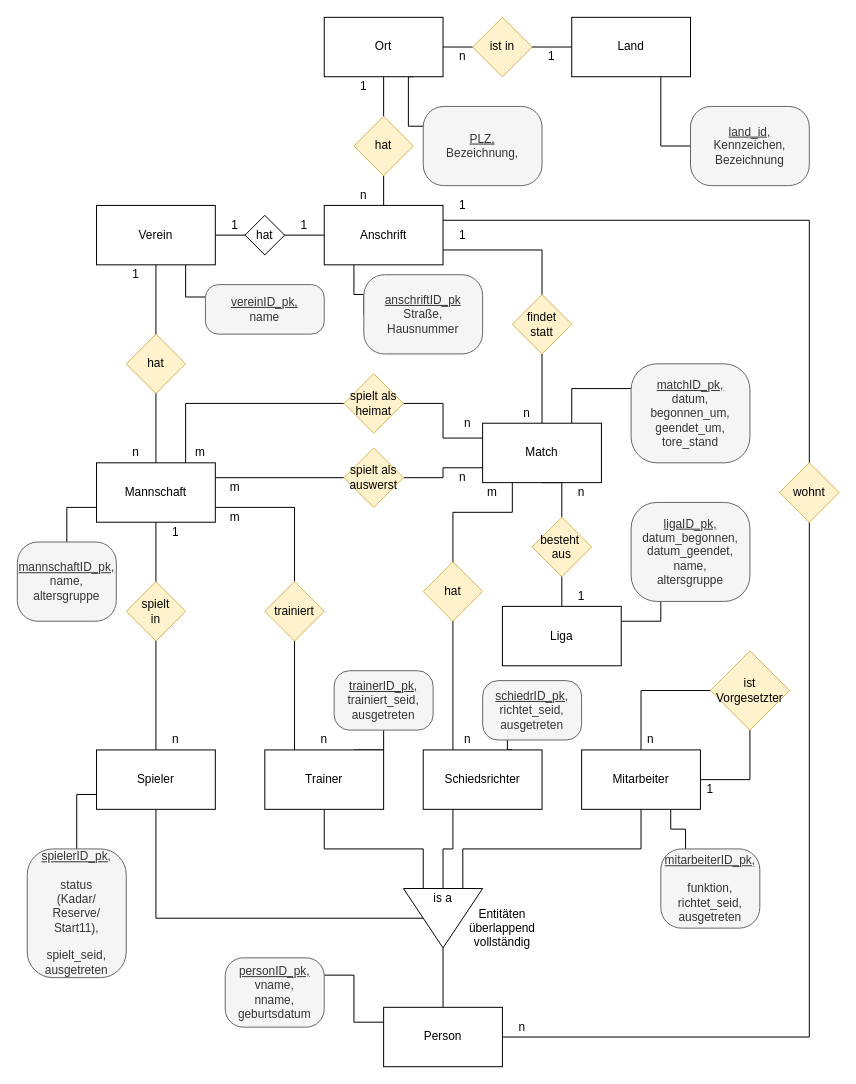
This is ER-Modell/Verein_db.drawio from HansSeidel/dbs, a draw.io file, before an edit. Source tidied: cells renumbered, new cells numbered last; positions are measured from the earlier drawing's top-left corner, leaving out a move shared by most shapes. Both pictures are drawn from the tidied source at 99%, with x=0, y=0 at pixel (17, 17).
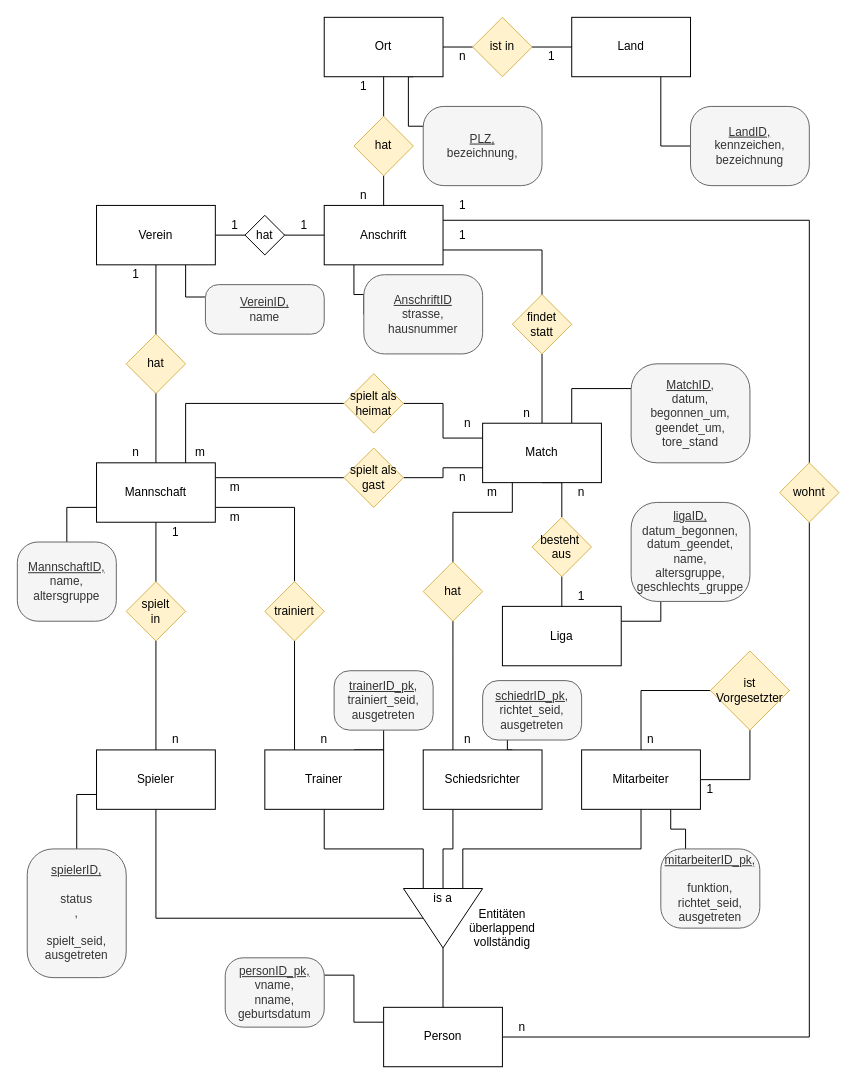
Above is the later version.

Commit message (it also covers changes not shown here):
BUG FIX. Added birthdate to Person Table. Updated ER-Modell

Change to the diagram source:
```diff
@@
-    <mxCell id="48" value="&lt;u&gt;vereinID_pk,&lt;/u&gt;&lt;br&gt;name" style="rounded=1;whiteSpace=wrap;html=1;arcSize=26;fillColor=#f5f5f5;strokeColor=#666666;fontColor=#333333;" parent="1" vertex="1">
+    <mxCell id="48" value="&lt;u&gt;VereinID,&lt;/u&gt;&lt;br&gt;name" style="rounded=1;whiteSpace=wrap;html=1;arcSize=26;fillColor=#f5f5f5;strokeColor=#666666;fontColor=#333333;" parent="1" vertex="1">
       <mxGeometry x="190" y="270" width="120" height="50" as="geometry" />
     </mxCell>
@@
-    <mxCell id="65" value="&lt;u&gt;anschriftID_pk&lt;/u&gt;&lt;br&gt;Straße,&lt;br&gt;Hausnummer" style="rounded=1;whiteSpace=wrap;html=1;arcSize=26;fillColor=#f5f5f5;strokeColor=#666666;fontColor=#333333;" parent="1" vertex="1">
+    <mxCell id="65" value="&lt;u&gt;AnschriftID&lt;/u&gt;&lt;br&gt;strasse,&lt;br&gt;hausnummer" style="rounded=1;whiteSpace=wrap;html=1;arcSize=26;fillColor=#f5f5f5;strokeColor=#666666;fontColor=#333333;" parent="1" vertex="1">
       <mxGeometry x="350" y="260" width="120" height="80" as="geometry" />
     </mxCell>
@@
-    <mxCell id="72" value="&lt;u&gt;PLZ,&lt;/u&gt;&lt;br&gt;Bezeichnung," style="rounded=1;whiteSpace=wrap;html=1;arcSize=26;fillColor=#f5f5f5;strokeColor=#666666;fontColor=#333333;" parent="1" vertex="1">
+    <mxCell id="72" value="&lt;u&gt;PLZ,&lt;/u&gt;&lt;br&gt;bezeichnung," style="rounded=1;whiteSpace=wrap;html=1;arcSize=26;fillColor=#f5f5f5;strokeColor=#666666;fontColor=#333333;" parent="1" vertex="1">
       <mxGeometry x="410" y="90" width="120" height="80" as="geometry" />
     </mxCell>
-    <mxCell id="73" value="&lt;u&gt;land_id,&lt;/u&gt;&lt;br&gt;Kennzeichen,&lt;br&gt;Bezeichnung" style="rounded=1;whiteSpace=wrap;html=1;arcSize=26;fillColor=#f5f5f5;strokeColor=#666666;fontColor=#333333;" parent="1" vertex="1">
+    <mxCell id="73" value="&lt;u&gt;LandID,&lt;/u&gt;&lt;br&gt;kennzeichen,&lt;br&gt;bezeichnung" style="rounded=1;whiteSpace=wrap;html=1;arcSize=26;fillColor=#f5f5f5;strokeColor=#666666;fontColor=#333333;" parent="1" vertex="1">
       <mxGeometry x="680" y="90" width="120" height="80" as="geometry" />
     </mxCell>
@@
-    <mxCell id="87" value="&lt;u&gt;matchID_pk,&lt;br&gt;&lt;/u&gt;datum,&lt;br&gt;begonnen_um,&lt;br&gt;geendet_um,&lt;br&gt;tore_stand" style="rounded=1;whiteSpace=wrap;html=1;arcSize=26;fillColor=#f5f5f5;strokeColor=#666666;fontColor=#333333;" parent="1" vertex="1">
+    <mxCell id="87" value="&lt;u&gt;MatchID,&lt;br&gt;&lt;/u&gt;datum,&lt;br&gt;begonnen_um,&lt;br&gt;geendet_um,&lt;br&gt;tore_stand" style="rounded=1;whiteSpace=wrap;html=1;arcSize=26;fillColor=#f5f5f5;strokeColor=#666666;fontColor=#333333;" parent="1" vertex="1">
       <mxGeometry x="620" y="350" width="120" height="100" as="geometry" />
     </mxCell>
@@
-    <mxCell id="97" value="spielt als&lt;br&gt;auswerst" style="rhombus;whiteSpace=wrap;html=1;fillColor=#fff2cc;strokeColor=#d6b656;" parent="1" vertex="1">
+    <mxCell id="97" value="spielt als&lt;br&gt;gast" style="rhombus;whiteSpace=wrap;html=1;fillColor=#fff2cc;strokeColor=#d6b656;" parent="1" vertex="1">
       <mxGeometry x="330" y="435" width="60" height="60" as="geometry" />
     </mxCell>
@@
-    <mxCell id="100" value="&lt;u&gt;ligaID_pk,&lt;/u&gt;&lt;br&gt;datum_begonnen,&lt;br&gt;datum_geendet,&lt;br&gt;name,&lt;br&gt;altersgruppe" style="rounded=1;whiteSpace=wrap;html=1;arcSize=26;fillColor=#f5f5f5;strokeColor=#666666;fontColor=#333333;" parent="1" vertex="1">
+    <mxCell id="100" value="&lt;u&gt;ligaID,&lt;/u&gt;&lt;br&gt;datum_begonnen,&lt;br&gt;datum_geendet,&lt;br&gt;name,&lt;br&gt;altersgruppe,&lt;br&gt;geschlechts_gruppe" style="rounded=1;whiteSpace=wrap;html=1;arcSize=26;fillColor=#f5f5f5;strokeColor=#666666;fontColor=#333333;" parent="1" vertex="1">
       <mxGeometry x="620" y="490" width="120" height="100" as="geometry" />
     </mxCell>
-    <mxCell id="101" value="&lt;u&gt;mannschaftID_pk,&lt;/u&gt;&lt;br&gt;name,&lt;br&gt;altersgruppe" style="rounded=1;whiteSpace=wrap;html=1;arcSize=26;fillColor=#f5f5f5;strokeColor=#666666;fontColor=#333333;" parent="1" vertex="1">
+    <mxCell id="101" value="&lt;u&gt;MannschaftID,&lt;/u&gt;&lt;br&gt;name,&lt;br&gt;altersgruppe" style="rounded=1;whiteSpace=wrap;html=1;arcSize=26;fillColor=#f5f5f5;strokeColor=#666666;fontColor=#333333;" parent="1" vertex="1">
       <mxGeometry y="530" width="100" height="80" as="geometry" />
     </mxCell>
-    <mxCell id="102" value="&lt;u&gt;spielerID_pk,&lt;/u&gt;&lt;br&gt;&lt;br&gt;status&lt;br&gt;(Kadar/&lt;br&gt;Reserve/&lt;br&gt;Start11),&lt;br&gt;&lt;br&gt;spielt_seid,&lt;br&gt;ausgetreten" style="rounded=1;whiteSpace=wrap;html=1;arcSize=26;fillColor=#f5f5f5;strokeColor=#666666;fontColor=#333333;" parent="1" vertex="1">
+    <mxCell id="102" value="&lt;u&gt;spielerID,&lt;/u&gt;&lt;br&gt;&lt;br&gt;status&lt;br&gt;,&lt;br&gt;&lt;br&gt;spielt_seid,&lt;br&gt;ausgetreten" style="rounded=1;whiteSpace=wrap;html=1;arcSize=26;fillColor=#f5f5f5;strokeColor=#666666;fontColor=#333333;" parent="1" vertex="1">
       <mxGeometry x="10" y="840" width="100" height="130" as="geometry" />
     </mxCell>
```
